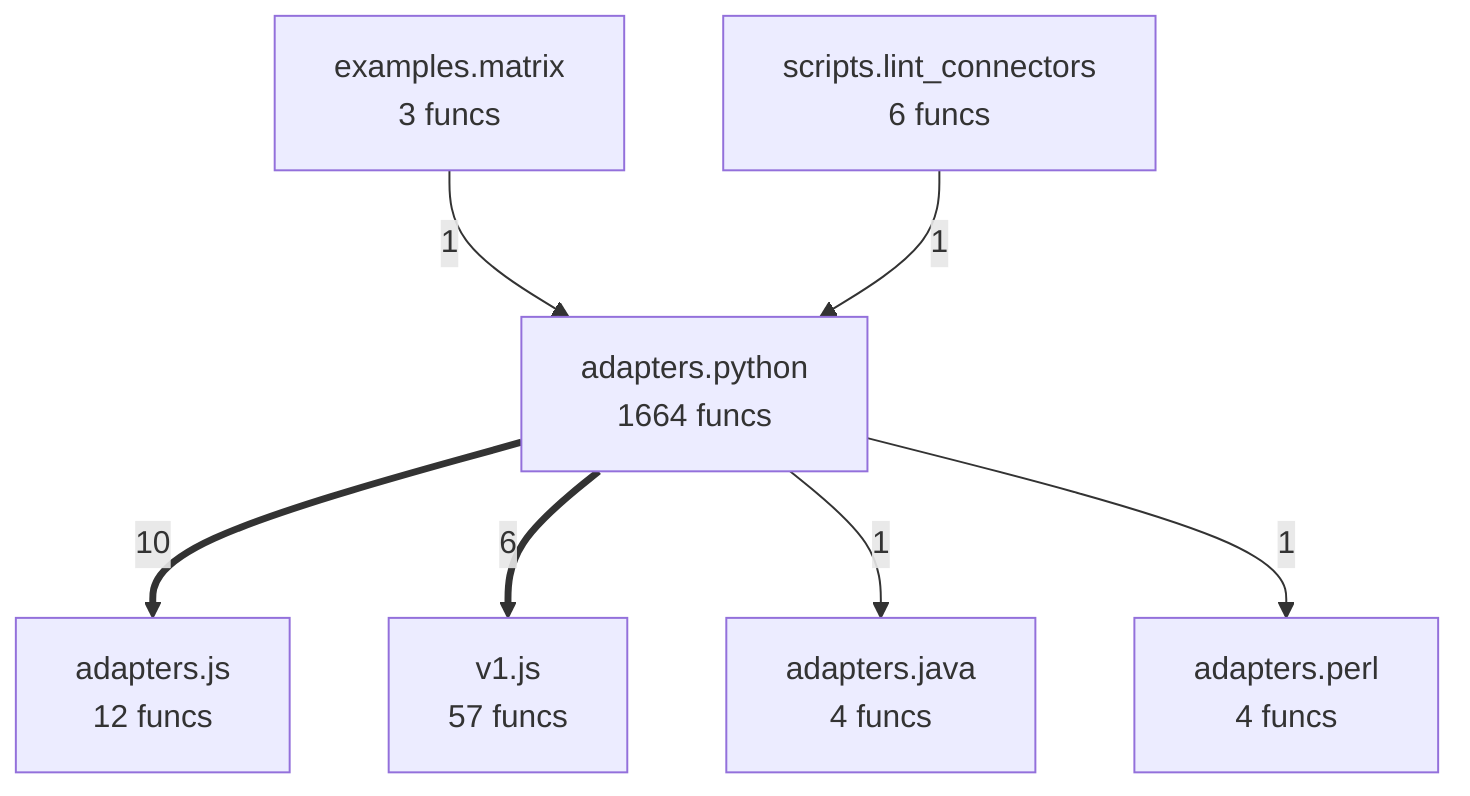
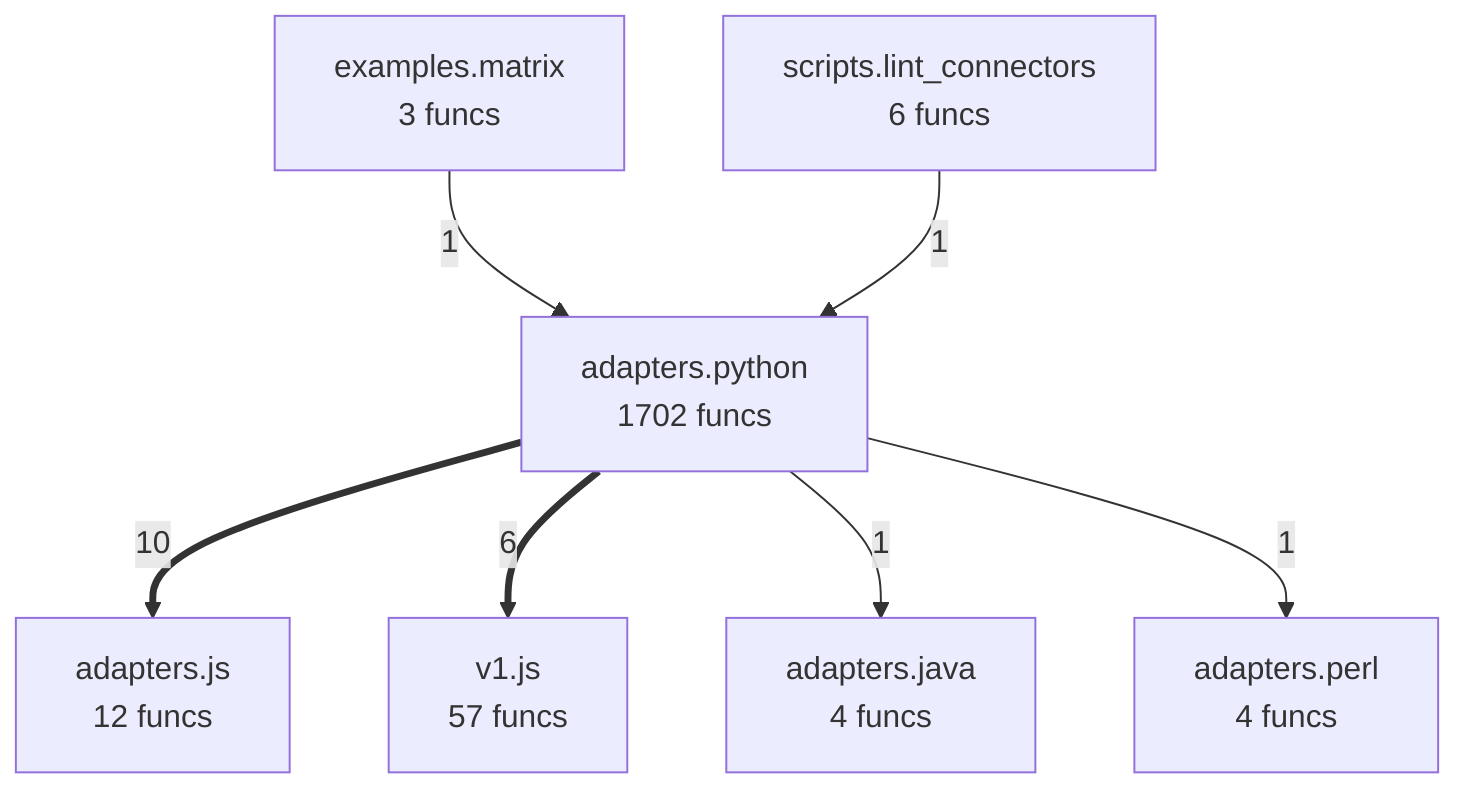
flowchart TD
%% generated in 0.04s
    adapters__java["adapters.java<br/>4 funcs"]
    adapters__js["adapters.js<br/>12 funcs"]
    adapters__perl["adapters.perl<br/>4 funcs"]
-     adapters__python["adapters.python<br/>1664 funcs"]
+     adapters__python["adapters.python<br/>1702 funcs"]
    examples__matrix["examples.matrix<br/>3 funcs"]
    scripts__lint_connectors["scripts.lint_connectors<br/>6 funcs"]
    v1__js["v1.js<br/>57 funcs"]
    adapters__python ==>|10| adapters__js
    adapters__python ==>|6| v1__js
    examples__matrix -->|1| adapters__python
    scripts__lint_connectors -->|1| adapters__python
    adapters__python -->|1| adapters__java
    adapters__python -->|1| adapters__perl
